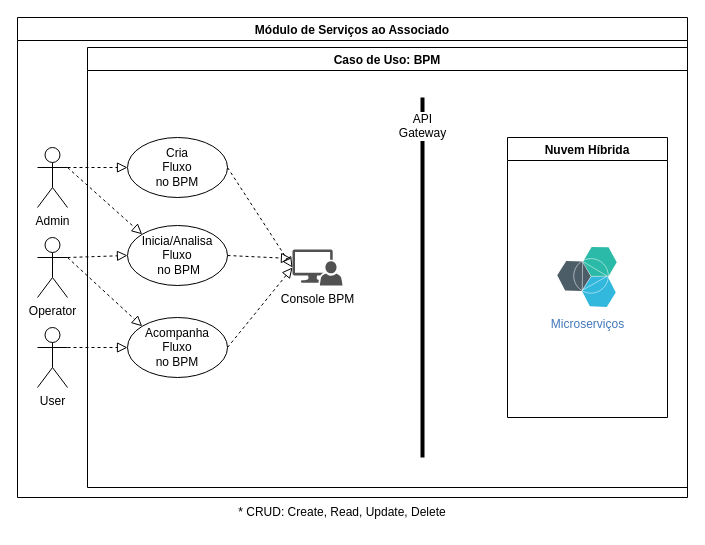
Before: PUC-GISA-M2.drawio in kikoluiss/tcc-puc, a draw.io diagram. Source tidied: cells renumbered, new cells numbered last; positions are measured from the earlier drawing's top-left corner, leaving out a move shared by most shapes. Both pictures are drawn from the tidied source at 100%, with x=0, y=0 at pixel (17, 17).
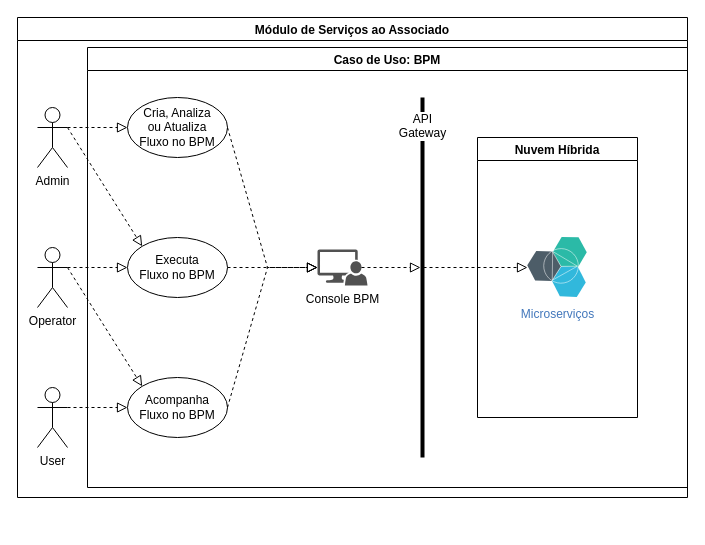
The same diagram, later.

The change refers to these unchanged cells:
```xml
<mxCell id="2" value="Módulo de Serviços ao Associado" style="swimlane;" parent="1" vertex="1">
  <mxGeometry width="670" height="480" as="geometry" />
</mxCell>
<mxCell id="4" value="Caso de Uso: BPM" style="swimlane;" parent="2" vertex="1">
  <mxGeometry x="70" y="30" width="600" height="440" as="geometry" />
</mxCell>
<mxCell id="9" value="API&lt;br&gt;Gateway" style="line;strokeWidth=4;direction=south;html=1;perimeter=backbonePerimeter;points=[];outlineConnect=0;" parent="4" vertex="1">
  <mxGeometry x="330" y="50" width="10" height="360" as="geometry" />
</mxCell>
```

Change to the diagram source:
```diff
@@
     <mxCell id="3" value="Admin" style="shape=umlActor;verticalLabelPosition=bottom;verticalAlign=top;html=1;outlineConnect=0;" parent="2" vertex="1">
-      <mxGeometry x="20" y="130" width="30" height="60" as="geometry" />
+      <mxGeometry x="20" y="90" width="30" height="60" as="geometry" />
     </mxCell>
@@
-    <mxCell id="5" value="Cria &lt;br&gt;Fluxo&lt;br&gt;no BPM" style="ellipse;whiteSpace=wrap;html=1;align=center;newEdgeStyle={&quot;edgeStyle&quot;:&quot;entityRelationEdgeStyle&quot;,&quot;startArrow&quot;:&quot;none&quot;,&quot;endArrow&quot;:&quot;none&quot;,&quot;segment&quot;:10,&quot;curved&quot;:1};" parent="4" vertex="1">
-      <mxGeometry x="40" y="90" width="100" height="60" as="geometry" />
+    <mxCell id="5" value="Cria, Analiza&lt;br&gt;ou Atualiza&lt;br&gt;Fluxo no BPM" style="ellipse;whiteSpace=wrap;html=1;align=center;newEdgeStyle={&quot;edgeStyle&quot;:&quot;entityRelationEdgeStyle&quot;,&quot;startArrow&quot;:&quot;none&quot;,&quot;endArrow&quot;:&quot;none&quot;,&quot;segment&quot;:10,&quot;curved&quot;:1};" parent="4" vertex="1">
+      <mxGeometry x="40" y="50" width="100" height="60" as="geometry" />
     </mxCell>
-    <mxCell id="6" value="Inicia/Analisa &lt;br&gt;Fluxo&lt;br&gt;&amp;nbsp;no BPM" style="ellipse;whiteSpace=wrap;html=1;align=center;newEdgeStyle={&quot;edgeStyle&quot;:&quot;entityRelationEdgeStyle&quot;,&quot;startArrow&quot;:&quot;none&quot;,&quot;endArrow&quot;:&quot;none&quot;,&quot;segment&quot;:10,&quot;curved&quot;:1};" parent="4" vertex="1">
-      <mxGeometry x="40" y="178" width="100" height="60" as="geometry" />
+    <mxCell id="6" value="Executa&lt;br&gt;Fluxo&amp;nbsp;no BPM" style="ellipse;whiteSpace=wrap;html=1;align=center;newEdgeStyle={&quot;edgeStyle&quot;:&quot;entityRelationEdgeStyle&quot;,&quot;startArrow&quot;:&quot;none&quot;,&quot;endArrow&quot;:&quot;none&quot;,&quot;segment&quot;:10,&quot;curved&quot;:1};" parent="4" vertex="1">
+      <mxGeometry x="40" y="190" width="100" height="60" as="geometry" />
     </mxCell>
-    <mxCell id="7" value="Acompanha&lt;br&gt;Fluxo&lt;br&gt;no BPM" style="ellipse;whiteSpace=wrap;html=1;align=center;newEdgeStyle={&quot;edgeStyle&quot;:&quot;entityRelationEdgeStyle&quot;,&quot;startArrow&quot;:&quot;none&quot;,&quot;endArrow&quot;:&quot;none&quot;,&quot;segment&quot;:10,&quot;curved&quot;:1};" parent="4" vertex="1">
-      <mxGeometry x="40" y="270" width="100" height="60" as="geometry" />
+    <mxCell id="7" value="Acompanha&lt;br&gt;Fluxo no BPM" style="ellipse;whiteSpace=wrap;html=1;align=center;newEdgeStyle={&quot;edgeStyle&quot;:&quot;entityRelationEdgeStyle&quot;,&quot;startArrow&quot;:&quot;none&quot;,&quot;endArrow&quot;:&quot;none&quot;,&quot;segment&quot;:10,&quot;curved&quot;:1};" parent="4" vertex="1">
+      <mxGeometry x="40" y="330" width="100" height="60" as="geometry" />
     </mxCell>
     <mxCell id="8" value="Console BPM" style="sketch=0;shadow=0;dashed=0;html=1;strokeColor=none;labelPosition=center;verticalLabelPosition=bottom;verticalAlign=top;align=center;fillColor=#515151;shape=mxgraph.mscae.system_center.admin_console;" parent="4" vertex="1">
-      <mxGeometry x="205" y="202" width="50" height="36" as="geometry" />
+      <mxGeometry x="230" y="202" width="50" height="36" as="geometry" />
     </mxCell>
@@
     <mxCell id="10" value="Nuvem Híbrida" style="swimlane;" parent="4" vertex="1">
-      <mxGeometry x="420" y="90" width="160" height="280" as="geometry" />
+      <mxGeometry x="390" y="90" width="160" height="280" as="geometry" />
     </mxCell>
     <mxCell id="11" value="Microserviços" style="perimeter=ellipsePerimeter;html=1;align=center;shadow=0;dashed=0;fontColor=#4277BB;labelBackgroundColor=#ffffff;fontSize=12;spacingTop=3;image;image=img/lib/ibm/miscellaneous/microservices_application.svg;" parent="10" vertex="1">
-      <mxGeometry x="50" y="110" width="60" height="60" as="geometry" />
+      <mxGeometry x="50" y="100" width="60" height="60" as="geometry" />
     </mxCell>
-    <mxCell id="12" style="endArrow=block;startArrow=none;endFill=0;startFill=0;endSize=8;html=1;verticalAlign=bottom;dashed=1;labelBackgroundColor=none;rounded=0;entryX=0;entryY=0.5;entryDx=0;entryDy=0;exitX=1;exitY=0.5;exitDx=0;exitDy=0;entryPerimeter=0;" parent="4" edge="1" source="5" target="8">
-      <mxGeometry relative="1" as="geometry" />
+    <mxCell id="12" style="endArrow=block;startArrow=none;endFill=0;startFill=0;endSize=8;html=1;verticalAlign=bottom;dashed=1;labelBackgroundColor=none;rounded=0;exitX=1;exitY=0.5;exitDx=0;exitDy=0;entryX=0;entryY=0.5;entryDx=0;entryDy=0;entryPerimeter=0;" parent="4" edge="1" source="5" target="8">
+      <mxGeometry relative="1" as="geometry">
+        <Array as="points">
+          <mxPoint x="180" y="220" />
+        </Array>
+      </mxGeometry>
     </mxCell>
-    <mxCell id="13" style="endArrow=block;startArrow=none;endFill=0;startFill=0;endSize=8;html=1;verticalAlign=bottom;dashed=1;labelBackgroundColor=none;rounded=0;entryX=-0.02;entryY=0.25;entryDx=0;entryDy=0;exitX=1;exitY=0.5;exitDx=0;exitDy=0;entryPerimeter=0;" parent="4" edge="1" source="6" target="8">
+    <mxCell id="13" style="endArrow=block;startArrow=none;endFill=0;startFill=0;endSize=8;html=1;verticalAlign=bottom;dashed=1;labelBackgroundColor=none;rounded=0;exitX=1;exitY=0.5;exitDx=0;exitDy=0;entryX=0;entryY=0.5;entryDx=0;entryDy=0;entryPerimeter=0;" parent="4" edge="1" source="6" target="8">
       <mxGeometry relative="1" as="geometry" />
     </mxCell>
     <mxCell id="14" style="endArrow=block;startArrow=none;endFill=0;startFill=0;endSize=8;html=1;verticalAlign=bottom;dashed=1;labelBackgroundColor=none;rounded=0;entryX=0;entryY=0.5;entryDx=0;entryDy=0;exitX=1;exitY=0.5;exitDx=0;exitDy=0;entryPerimeter=0;" parent="4" edge="1" source="7" target="8">
-      <mxGeometry relative="1" as="geometry" />
+      <mxGeometry relative="1" as="geometry">
+        <Array as="points">
+          <mxPoint x="180" y="220" />
+        </Array>
+      </mxGeometry>
     </mxCell>
+    <mxCell id="23" style="endArrow=block;startArrow=none;endFill=0;startFill=0;endSize=8;html=1;verticalAlign=bottom;dashed=1;labelBackgroundColor=none;rounded=0;exitX=0.88;exitY=0.5;exitDx=0;exitDy=0;exitPerimeter=0;" parent="4" edge="1" source="8" target="9">
+      <mxGeometry relative="1" as="geometry" />
+    </mxCell>
+    <mxCell id="24" style="endArrow=block;startArrow=none;endFill=0;startFill=0;endSize=8;html=1;verticalAlign=bottom;dashed=1;labelBackgroundColor=none;rounded=0;entryX=0;entryY=0.5;entryDx=0;entryDy=0;" parent="4" edge="1" source="9" target="11">
+      <mxGeometry relative="1" as="geometry" />
+    </mxCell>
@@
     <mxCell id="16" value="Operator" style="shape=umlActor;verticalLabelPosition=bottom;verticalAlign=top;html=1;outlineConnect=0;" parent="2" vertex="1">
-      <mxGeometry x="20" y="220" width="30" height="60" as="geometry" />
+      <mxGeometry x="20" y="230" width="30" height="60" as="geometry" />
     </mxCell>
     <mxCell id="17" value="User" style="shape=umlActor;verticalLabelPosition=bottom;verticalAlign=top;html=1;outlineConnect=0;" parent="2" vertex="1">
-      <mxGeometry x="20" y="310" width="30" height="60" as="geometry" />
+      <mxGeometry x="20" y="370" width="30" height="60" as="geometry" />
     </mxCell>
@@
-    <mxCell id="22" value="* CRUD: Create, Read, Update, Delete" style="text;html=1;strokeColor=none;fillColor=none;align=center;verticalAlign=middle;whiteSpace=wrap;rounded=0;" parent="1" vertex="1">
-      <mxGeometry x="10" y="480" width="630" height="30" as="geometry" />
-    </mxCell>
```
